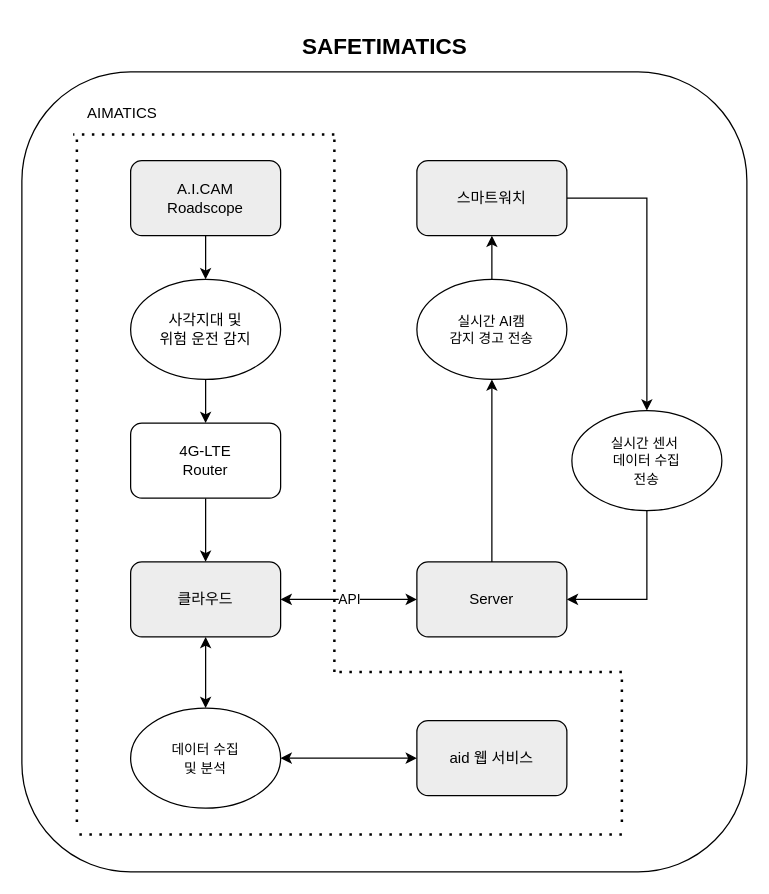
VegetableKim/- keeps this draw.io diagram as page "페이지-2" (2 of 6) of objective_tree.drawio. Above is the earlier version. Source tidied: cells renumbered, new cells numbered last; positions are measured from the earlier drawing's top-left corner, leaving out a move shared by most shapes. Both pictures are drawn from the tidied source at 125%, with x=0, y=0 at pixel (21, 21).
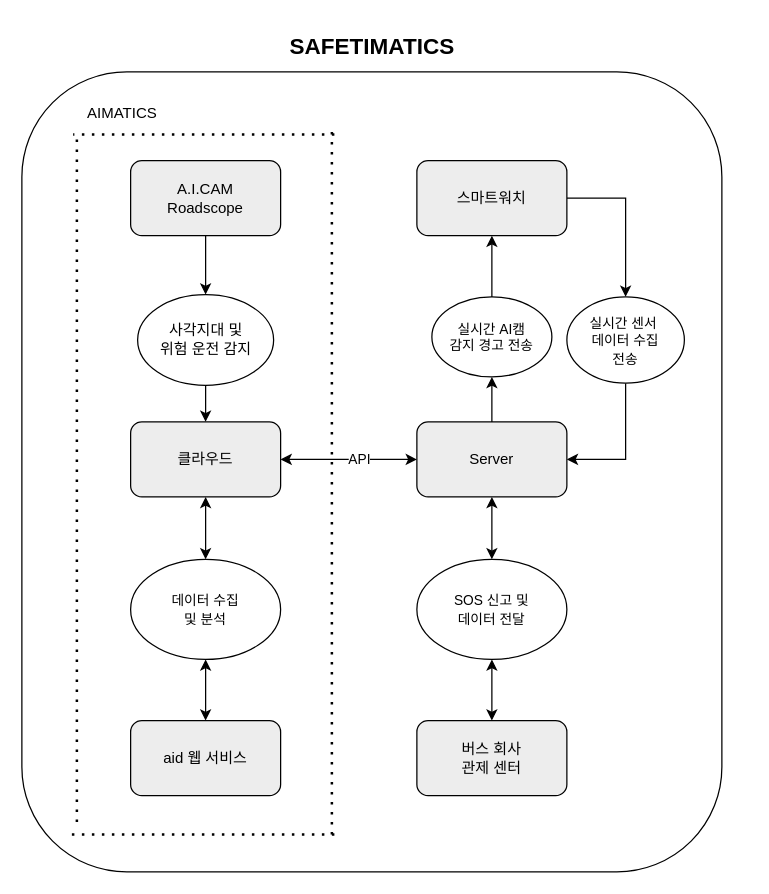
After the change.

Diff of the diagram source:
```diff
@@
     <mxCell id="2" style="rounded=1;whiteSpace=wrap;html=1;" parent="1" vertex="1">
-      <mxGeometry y="40" width="580" height="640" as="geometry" />
+      <mxGeometry y="40" width="560" height="640" as="geometry" />
     </mxCell>
@@
-    <mxCell id="7" style="edgeStyle=orthogonalEdgeStyle;rounded=0;jettySize=auto;html=1;exitX=0.5;exitY=1;exitDx=0;exitDy=0;entryX=0.5;entryY=0;entryDx=0;entryDy=0;" parent="1" edge="1" source="8" target="9">
-      <mxGeometry x="-0.23" y="14" relative="1" as="geometry" />
-    </mxCell>
-    <mxCell id="8" value="4G-LTE&lt;div&gt;Router&lt;/div&gt;" style="rounded=1;whiteSpace=wrap;html=1;" parent="1" vertex="1">
-      <mxGeometry x="87" y="321" width="120" height="60" as="geometry" />
-    </mxCell>
     <mxCell id="9" value="클라우드" style="rounded=1;whiteSpace=wrap;html=1;fillColor=#EDEDED;" parent="1" vertex="1">
-      <mxGeometry x="87" y="432" width="120" height="60" as="geometry" />
+      <mxGeometry x="87" y="320" width="120" height="60" as="geometry" />
     </mxCell>
@@
     <mxCell id="11" value="Server" style="rounded=1;whiteSpace=wrap;html=1;fillColor=#EDEDED;" parent="1" vertex="1">
-      <mxGeometry x="316" y="432" width="120" height="60" as="geometry" />
+      <mxGeometry x="316" y="320" width="120" height="60" as="geometry" />
     </mxCell>
     <mxCell id="12" value="API" style="endArrow=classic;startArrow=classic;html=1;rounded=0;exitX=1;exitY=0.5;exitDx=0;exitDy=0;entryX=0;entryY=0.5;entryDx=0;entryDy=0;" parent="1" edge="1" source="9" target="11">
-      <mxGeometry relative="1" as="geometry" />
+      <mxGeometry x="0.16" relative="1" as="geometry" />
     </mxCell>
     <mxCell id="13" value="aid 웹 서비스" style="rounded=1;whiteSpace=wrap;html=1;fillColor=#EDEDED;" parent="1" vertex="1">
-      <mxGeometry x="316" y="559" width="120" height="60" as="geometry" />
+      <mxGeometry x="87" y="559" width="120" height="60" as="geometry" />
     </mxCell>
-    <mxCell id="14" style="edgeStyle=orthogonalEdgeStyle;rounded=0;jettySize=auto;html=1;exitX=0.5;exitY=1;exitDx=0;exitDy=0;entryX=0.5;entryY=0;entryDx=0;entryDy=0;" parent="1" edge="1" source="15" target="8">
-      <mxGeometry relative="1" as="geometry" />
-    </mxCell>
+    <mxCell id="31" style="edgeStyle=orthogonalEdgeStyle;rounded=0;jettySize=auto;html=1;exitX=0.5;exitY=1;exitDx=0;exitDy=0;entryX=0.5;entryY=0;entryDx=0;entryDy=0;" parent="1" edge="1" source="15" target="9">
+      <mxGeometry relative="1" as="geometry" />
+    </mxCell>
     <mxCell id="15" value="사각지대 및&lt;div&gt;위험 운전 감지&lt;/div&gt;" style="ellipse;whiteSpace=wrap;html=1;" parent="1" vertex="1">
-      <mxGeometry x="87" y="206" width="120" height="80" as="geometry" />
+      <mxGeometry x="92.6" y="218.2" width="108.8" height="72.5" as="geometry" />
     </mxCell>
@@
     <mxCell id="17" value="&lt;span style=&quot;font-size: 11px; text-wrap-mode: nowrap;&quot;&gt;실시간 AI캠&lt;/span&gt;&lt;div style=&quot;font-size: 11px; text-wrap-mode: nowrap;&quot;&gt;감지 경고&amp;nbsp;&lt;span style=&quot;background-color: initial;&quot;&gt;전송&lt;/span&gt;&lt;/div&gt;" style="ellipse;whiteSpace=wrap;html=1;" parent="1" vertex="1">
-      <mxGeometry x="316" y="206" width="120" height="80" as="geometry" />
+      <mxGeometry x="328" y="220" width="96" height="64" as="geometry" />
     </mxCell>
@@
     <mxCell id="19" value="&lt;span style=&quot;font-size: 11px; text-wrap-mode: nowrap;&quot;&gt;실시간 센서&amp;nbsp;&lt;/span&gt;&lt;div&gt;&lt;span style=&quot;font-size: 11px; text-wrap-mode: nowrap;&quot;&gt;데이터&amp;nbsp;&lt;/span&gt;&lt;span style=&quot;font-size: 11px; text-wrap-mode: nowrap; background-color: initial;&quot;&gt;수집&lt;/span&gt;&lt;/div&gt;&lt;div&gt;&lt;span style=&quot;font-size: 11px; text-wrap-mode: nowrap; background-color: initial;&quot;&gt;전송&lt;/span&gt;&lt;/div&gt;" style="ellipse;whiteSpace=wrap;html=1;" parent="1" vertex="1">
-      <mxGeometry x="440" y="311" width="120" height="80" as="geometry" />
+      <mxGeometry x="436" y="220" width="94" height="69" as="geometry" />
     </mxCell>
     <mxCell id="20" value="&lt;span style=&quot;font-size: 11px; text-wrap-mode: nowrap;&quot;&gt;데이터 수집&lt;/span&gt;&lt;div&gt;&lt;span style=&quot;font-size: 11px; text-wrap-mode: nowrap;&quot;&gt;및 분석&lt;/span&gt;&lt;/div&gt;" style="ellipse;whiteSpace=wrap;html=1;" parent="1" vertex="1">
-      <mxGeometry x="87" y="549" width="120" height="80" as="geometry" />
+      <mxGeometry x="87" y="430" width="120" height="80" as="geometry" />
     </mxCell>
@@
-    <mxCell id="22" style="endArrow=classic;startArrow=classic;html=1;rounded=0;exitX=0;exitY=0.5;exitDx=0;exitDy=0;entryX=1;entryY=0.5;entryDx=0;entryDy=0;" parent="1" edge="1" source="13" target="20">
-      <mxGeometry relative="1" as="geometry" />
-    </mxCell>
@@
-    <mxCell id="24" style="endArrow=none;dashed=1;html=1;dashPattern=1 3;strokeWidth=2;rounded=0;" parent="1" edge="1">
-      <mxGeometry relative="1" as="geometry">
-        <mxPoint x="250" y="520" as="sourcePoint" />
-        <mxPoint x="250" y="90" as="targetPoint" />
-      </mxGeometry>
-    </mxCell>
@@
     <mxCell id="26" style="endArrow=none;dashed=1;html=1;dashPattern=1 3;strokeWidth=2;rounded=0;" parent="1" edge="1">
       <mxGeometry relative="1" as="geometry">
-        <mxPoint x="480" y="650" as="sourcePoint" />
+        <mxPoint x="250" y="650" as="sourcePoint" />
         <mxPoint x="40" y="650" as="targetPoint" />
       </mxGeometry>
     </mxCell>
-    <mxCell id="27" style="endArrow=none;dashed=1;html=1;dashPattern=1 3;strokeWidth=2;rounded=0;" parent="1" edge="1">
-      <mxGeometry relative="1" as="geometry">
-        <mxPoint x="480" y="640" as="sourcePoint" />
-        <mxPoint x="480" y="520" as="targetPoint" />
-      </mxGeometry>
-    </mxCell>
-    <mxCell id="28" style="endArrow=none;dashed=1;html=1;dashPattern=1 3;strokeWidth=2;rounded=0;" parent="1" edge="1">
-      <mxGeometry relative="1" as="geometry">
-        <mxPoint x="480" y="520" as="sourcePoint" />
-        <mxPoint x="250" y="520" as="targetPoint" />
-      </mxGeometry>
-    </mxCell>
@@
     <mxCell id="30" value="&lt;font style=&quot;font-size: 18px;&quot;&gt;&lt;b&gt;SAFETIMATICS&lt;/b&gt;&lt;/font&gt;" style="text;html=1;align=center;verticalAlign=middle;strokeColor=none;fillColor=none;" parent="1" vertex="1">
-      <mxGeometry x="210" width="160" height="40" as="geometry" />
+      <mxGeometry x="200" width="160" height="40" as="geometry" />
     </mxCell>
+    <mxCell id="32" style="endArrow=classic;startArrow=classic;html=1;rounded=0;exitX=0.5;exitY=1;exitDx=0;exitDy=0;entryX=0.5;entryY=0;entryDx=0;entryDy=0;" parent="1" edge="1" source="20" target="13">
+      <mxGeometry relative="1" as="geometry" />
+    </mxCell>
+    <mxCell id="33" style="endArrow=none;dashed=1;html=1;dashPattern=1 3;strokeWidth=2;rounded=0;" parent="1" edge="1">
+      <mxGeometry relative="1" as="geometry">
+        <mxPoint x="248" y="650" as="sourcePoint" />
+        <mxPoint x="248" y="87" as="targetPoint" />
+      </mxGeometry>
+    </mxCell>
+    <mxCell id="34" value="버스 회사&lt;div&gt;관제 센터&lt;/div&gt;" style="rounded=1;whiteSpace=wrap;html=1;fillColor=#EDEDED;" parent="1" vertex="1">
+      <mxGeometry x="316" y="559" width="120" height="60" as="geometry" />
+    </mxCell>
+    <mxCell id="35" value="&lt;span style=&quot;font-size: 11px; text-wrap-mode: nowrap;&quot;&gt;SOS 신고 및&lt;/span&gt;&lt;div&gt;&lt;span style=&quot;font-size: 11px; text-wrap-mode: nowrap;&quot;&gt;데이터 전달&lt;/span&gt;&lt;/div&gt;" style="ellipse;whiteSpace=wrap;html=1;" parent="1" vertex="1">
+      <mxGeometry x="316" y="430" width="120" height="80" as="geometry" />
+    </mxCell>
+    <mxCell id="36" style="endArrow=classic;startArrow=classic;html=1;rounded=0;entryX=0.5;entryY=1;entryDx=0;entryDy=0;exitX=0.5;exitY=0;exitDx=0;exitDy=0;" parent="1" edge="1" source="35" target="11">
+      <mxGeometry relative="1" as="geometry" />
+    </mxCell>
+    <mxCell id="37" style="endArrow=classic;startArrow=classic;html=1;rounded=0;entryX=0.5;entryY=0;entryDx=0;entryDy=0;exitX=0.5;exitY=1;exitDx=0;exitDy=0;" parent="1" edge="1" source="35" target="34">
+      <mxGeometry relative="1" as="geometry" />
+    </mxCell>
```
